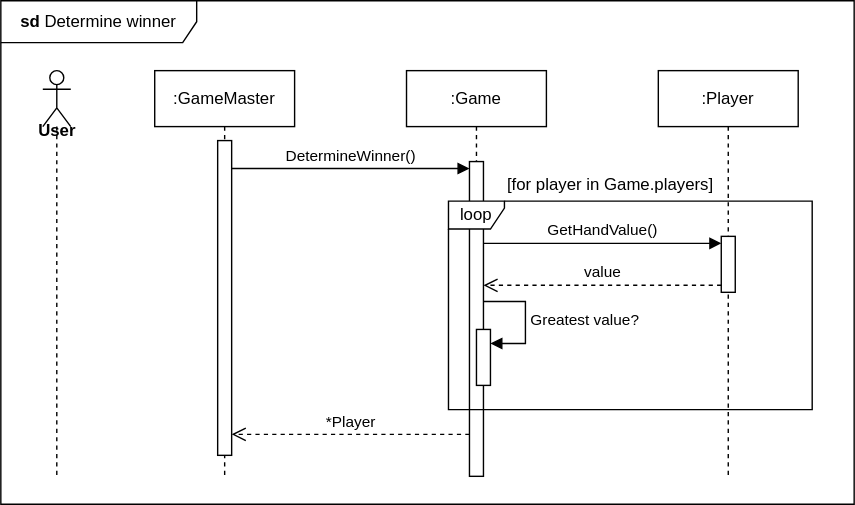
Earlier version of the draw.io export assets/sd Determine winner.drawio.svg (Morsianeren/DeifExercisePublic). Source tidied: cells renumbered, new cells last; positions are measured from the earlier drawing's top-left corner, leaving out a move shared by most shapes. Source of this version:
```xml
<mxGraphModel>
  <root>
    <mxCell id="0" />
    <mxCell id="1" parent="0" />
    <mxCell id="2" value=":Game" style="shape=umlLifeline;perimeter=lifelinePerimeter;whiteSpace=wrap;html=1;newEdgeStyle={&quot;edgeStyle&quot;:&quot;elbowEdgeStyle&quot;,&quot;elbow&quot;:&quot;vertical&quot;,&quot;curved&quot;:0,&quot;rounded&quot;:0};" parent="1" vertex="1">
      <mxGeometry x="290" y="50" width="100" height="290" as="geometry" />
    </mxCell>
    <mxCell id="3" style="html=1;points=[[0,0,0,0,5],[0,1,0,0,-5],[1,0,0,0,5],[1,1,0,0,-5]];perimeter=orthogonalPerimeter;outlineConnect=0;targetShapes=umlLifeline;portConstraint=eastwest;newEdgeStyle={&quot;curved&quot;:0,&quot;rounded&quot;:0};" parent="2" vertex="1">
      <mxGeometry x="45" y="65" width="10" height="225" as="geometry" />
    </mxCell>
    <mxCell id="4" style="html=1;points=[[0,0,0,0,5],[0,1,0,0,-5],[1,0,0,0,5],[1,1,0,0,-5]];perimeter=orthogonalPerimeter;outlineConnect=0;targetShapes=umlLifeline;portConstraint=eastwest;newEdgeStyle={&quot;curved&quot;:0,&quot;rounded&quot;:0};" parent="2" vertex="1">
      <mxGeometry x="50" y="185" width="10" height="40" as="geometry" />
    </mxCell>
    <mxCell id="5" value="Greatest value?" style="html=1;align=left;spacingLeft=2;endArrow=block;rounded=0;edgeStyle=orthogonalEdgeStyle;curved=0;rounded=0;" parent="2" edge="1" target="4">
      <mxGeometry relative="1" as="geometry">
        <mxPoint x="55" y="165" as="sourcePoint" />
        <Array as="points">
          <mxPoint x="85" y="195" />
        </Array>
      </mxGeometry>
    </mxCell>
    <mxCell id="6" value=":Player" style="shape=umlLifeline;perimeter=lifelinePerimeter;whiteSpace=wrap;html=1;newEdgeStyle={&quot;edgeStyle&quot;:&quot;elbowEdgeStyle&quot;,&quot;elbow&quot;:&quot;vertical&quot;,&quot;curved&quot;:0,&quot;rounded&quot;:0};" parent="1" vertex="1">
      <mxGeometry x="470" y="50" width="100" height="290" as="geometry" />
    </mxCell>
    <mxCell id="7" style="html=1;points=[[0,0,0,0,5],[0,1,0,0,-5],[1,0,0,0,5],[1,1,0,0,-5]];perimeter=orthogonalPerimeter;outlineConnect=0;targetShapes=umlLifeline;portConstraint=eastwest;newEdgeStyle={&quot;curved&quot;:0,&quot;rounded&quot;:0};" parent="6" vertex="1">
      <mxGeometry x="45" y="118.5" width="10" height="40" as="geometry" />
    </mxCell>
    <mxCell id="8" value="GetHandValue()" style="html=1;verticalAlign=bottom;endArrow=block;curved=0;rounded=0;entryX=0;entryY=0;entryDx=0;entryDy=5;" parent="6" edge="1" target="7">
      <mxGeometry relative="1" as="geometry">
        <mxPoint x="-125" y="123.5" as="sourcePoint" />
      </mxGeometry>
    </mxCell>
    <mxCell id="9" value="value" style="html=1;verticalAlign=bottom;endArrow=open;dashed=1;endSize=8;curved=0;rounded=0;exitX=0;exitY=1;exitDx=0;exitDy=-5;" parent="6" edge="1" source="7">
      <mxGeometry relative="1" as="geometry">
        <mxPoint x="-125" y="153.5" as="targetPoint" />
      </mxGeometry>
    </mxCell>
    <mxCell id="10" value=":GameMaster" style="shape=umlLifeline;perimeter=lifelinePerimeter;whiteSpace=wrap;html=1;newEdgeStyle={&quot;curved&quot;:0,&quot;rounded&quot;:0};" parent="1" vertex="1">
      <mxGeometry x="110" y="50" width="100" height="290" as="geometry" />
    </mxCell>
    <mxCell id="11" style="html=1;points=[[0,0,0,0,5],[0,1,0,0,-5],[1,0,0,0,5],[1,1,0,0,-5]];perimeter=orthogonalPerimeter;outlineConnect=0;targetShapes=umlLifeline;portConstraint=eastwest;newEdgeStyle={&quot;curved&quot;:0,&quot;rounded&quot;:0};" parent="10" vertex="1">
      <mxGeometry x="45" y="50" width="10" height="225" as="geometry" />
    </mxCell>
    <mxCell id="12" style="shape=umlLifeline;perimeter=lifelinePerimeter;whiteSpace=wrap;html=1;newEdgeStyle={&quot;curved&quot;:0,&quot;rounded&quot;:0};participant=umlActor;" parent="1" vertex="1">
      <mxGeometry x="30" y="50" width="20" height="290" as="geometry" />
    </mxCell>
    <mxCell id="13" value="User" style="text;align=center;fontStyle=1;verticalAlign=middle;spacingLeft=3;spacingRight=3;strokeColor=none;html=1;" parent="1" vertex="1">
      <mxGeometry y="80" width="80" height="26" as="geometry" />
    </mxCell>
    <mxCell id="14" style="group;" parent="1" vertex="1">
      <mxGeometry x="320" y="140" width="260" height="220" as="geometry" />
    </mxCell>
    <mxCell id="15" value="loop" style="shape=umlFrame;whiteSpace=wrap;html=1;width=40;height=20;" parent="14" vertex="1">
      <mxGeometry y="3.2" width="260" height="149.1" as="geometry" />
    </mxCell>
    <mxCell id="16" value="[for player in Game.players]" style="text;html=1;align=center;verticalAlign=middle;whiteSpace=wrap;rounded=0;" parent="1" vertex="1">
      <mxGeometry x="350" y="124.2" width="171.9" height="15.8" as="geometry" />
    </mxCell>
    <mxCell id="17" value="*Player" style="html=1;verticalAlign=bottom;endArrow=open;dashed=1;endSize=8;curved=0;rounded=0;" parent="1" edge="1">
      <mxGeometry relative="1" as="geometry">
        <mxPoint x="335" y="310" as="sourcePoint" />
        <mxPoint x="165" y="310" as="targetPoint" />
      </mxGeometry>
    </mxCell>
    <mxCell id="18" value="DetermineWinner()" style="html=1;verticalAlign=bottom;endArrow=block;curved=0;rounded=0;entryX=0;entryY=0;entryDx=0;entryDy=5;" parent="1" edge="1" source="11" target="3">
      <mxGeometry relative="1" as="geometry" />
    </mxCell>
    <mxCell id="19" value="&lt;b&gt;sd&lt;/b&gt;&amp;nbsp;Determine winner" style="shape=umlFrame;whiteSpace=wrap;html=1;width=140;height=30;" parent="1" vertex="1">
      <mxGeometry width="610" height="360" as="geometry" />
    </mxCell>
  </root>
</mxGraphModel>
```
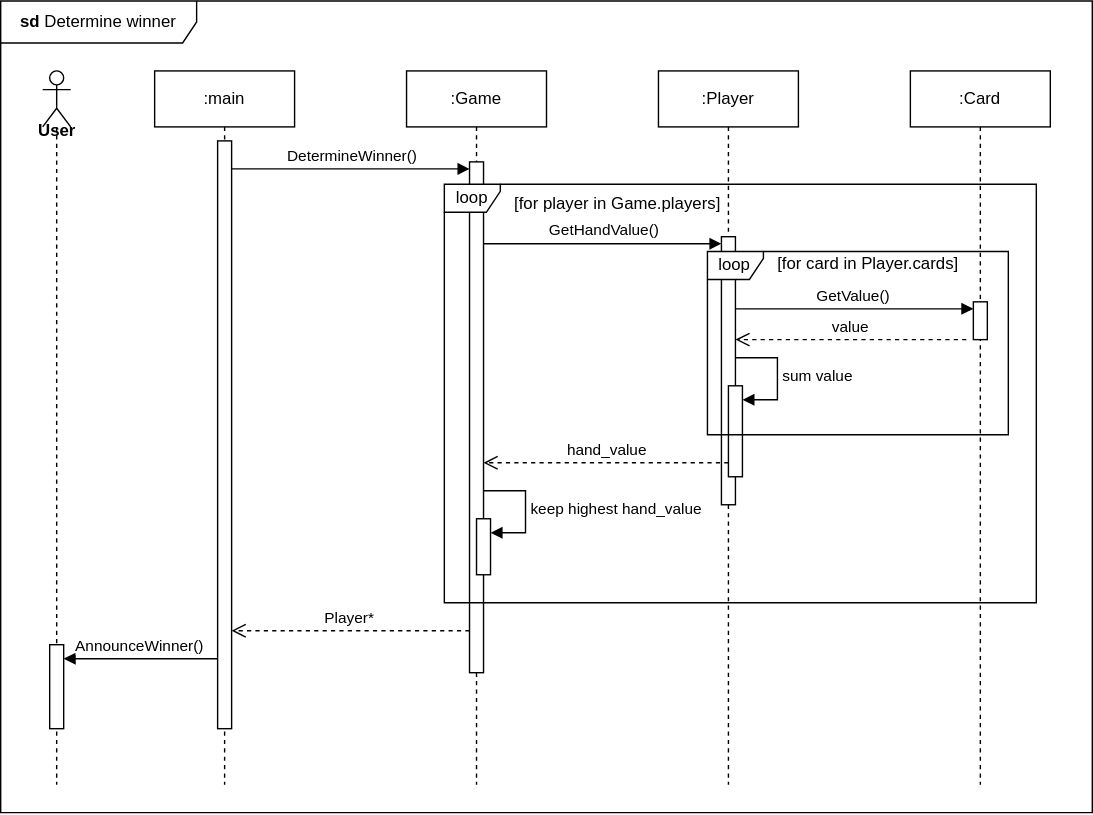
Above is the later version.

Change to the diagram source:
```diff
@@ -3,70 +3,111 @@
     <mxCell id="0" />
     <mxCell id="1" parent="0" />
     <mxCell id="2" value=":Game" style="shape=umlLifeline;perimeter=lifelinePerimeter;whiteSpace=wrap;html=1;newEdgeStyle={&quot;edgeStyle&quot;:&quot;elbowEdgeStyle&quot;,&quot;elbow&quot;:&quot;vertical&quot;,&quot;curved&quot;:0,&quot;rounded&quot;:0};" parent="1" vertex="1">
-      <mxGeometry x="290" y="50" width="100" height="290" as="geometry" />
+      <mxGeometry x="290" y="50" width="100" height="510" as="geometry" />
     </mxCell>
     <mxCell id="3" style="html=1;points=[[0,0,0,0,5],[0,1,0,0,-5],[1,0,0,0,5],[1,1,0,0,-5]];perimeter=orthogonalPerimeter;outlineConnect=0;targetShapes=umlLifeline;portConstraint=eastwest;newEdgeStyle={&quot;curved&quot;:0,&quot;rounded&quot;:0};" parent="2" vertex="1">
-      <mxGeometry x="45" y="65" width="10" height="225" as="geometry" />
+      <mxGeometry x="45" y="65" width="10" height="365" as="geometry" />
     </mxCell>
-    <mxCell id="4" style="html=1;points=[[0,0,0,0,5],[0,1,0,0,-5],[1,0,0,0,5],[1,1,0,0,-5]];perimeter=orthogonalPerimeter;outlineConnect=0;targetShapes=umlLifeline;portConstraint=eastwest;newEdgeStyle={&quot;curved&quot;:0,&quot;rounded&quot;:0};" parent="2" vertex="1">
-      <mxGeometry x="50" y="185" width="10" height="40" as="geometry" />
+    <mxCell id="4" value=":Player" style="shape=umlLifeline;perimeter=lifelinePerimeter;whiteSpace=wrap;html=1;outlineConnect=0;portConstraint=eastwest;newEdgeStyle={&quot;edgeStyle&quot;:&quot;elbowEdgeStyle&quot;,&quot;elbow&quot;:&quot;vertical&quot;,&quot;curved&quot;:0,&quot;rounded&quot;:0};" parent="1" vertex="1">
+      <mxGeometry x="470" y="50" width="100" height="510" as="geometry" />
     </mxCell>
-    <mxCell id="5" value="Greatest value?" style="html=1;align=left;spacingLeft=2;endArrow=block;rounded=0;edgeStyle=orthogonalEdgeStyle;curved=0;rounded=0;" parent="2" edge="1" target="4">
-      <mxGeometry relative="1" as="geometry">
-        <mxPoint x="55" y="165" as="sourcePoint" />
-        <Array as="points">
-          <mxPoint x="85" y="195" />
-        </Array>
-      </mxGeometry>
+    <mxCell id="5" style="html=1;points=[[0,0,0,0,5],[0,1,0,0,-5],[1,0,0,0,5],[1,1,0,0,-5]];perimeter=orthogonalPerimeter;outlineConnect=0;targetShapes=umlLifeline;portConstraint=eastwest;newEdgeStyle={&quot;curved&quot;:0,&quot;rounded&quot;:0};" parent="4" vertex="1">
+      <mxGeometry x="45" y="118.5" width="10" height="191.5" as="geometry" />
     </mxCell>
-    <mxCell id="6" value=":Player" style="shape=umlLifeline;perimeter=lifelinePerimeter;whiteSpace=wrap;html=1;newEdgeStyle={&quot;edgeStyle&quot;:&quot;elbowEdgeStyle&quot;,&quot;elbow&quot;:&quot;vertical&quot;,&quot;curved&quot;:0,&quot;rounded&quot;:0};" parent="1" vertex="1">
-      <mxGeometry x="470" y="50" width="100" height="290" as="geometry" />
+    <mxCell id="6" value="GetHandValue()" style="html=1;verticalAlign=bottom;endArrow=block;curved=0;rounded=0;entryX=0;entryY=0;entryDx=0;entryDy=5;" parent="4" edge="1" target="5">
+      <mxGeometry relative="1" as="geometry">
+        <mxPoint x="-125" y="123.5" as="sourcePoint" />
+      </mxGeometry>
     </mxCell>
-    <mxCell id="7" style="html=1;points=[[0,0,0,0,5],[0,1,0,0,-5],[1,0,0,0,5],[1,1,0,0,-5]];perimeter=orthogonalPerimeter;outlineConnect=0;targetShapes=umlLifeline;portConstraint=eastwest;newEdgeStyle={&quot;curved&quot;:0,&quot;rounded&quot;:0};" parent="6" vertex="1">
-      <mxGeometry x="45" y="118.5" width="10" height="40" as="geometry" />
+    <mxCell id="7" value=":main" style="shape=umlLifeline;perimeter=lifelinePerimeter;whiteSpace=wrap;html=1;outlineConnect=0;portConstraint=eastwest;newEdgeStyle={&quot;curved&quot;:0,&quot;rounded&quot;:0};" parent="1" vertex="1">
+      <mxGeometry x="110" y="50" width="100" height="510" as="geometry" />
     </mxCell>
-    <mxCell id="8" value="GetHandValue()" style="html=1;verticalAlign=bottom;endArrow=block;curved=0;rounded=0;entryX=0;entryY=0;entryDx=0;entryDy=5;" parent="6" edge="1" target="7">
-      <mxGeometry relative="1" as="geometry">
-        <mxPoint x="-125" y="123.5" as="sourcePoint" />
-      </mxGeometry>
+    <mxCell id="8" style="html=1;points=[[0,0,0,0,5],[0,1,0,0,-5],[1,0,0,0,5],[1,1,0,0,-5]];perimeter=orthogonalPerimeter;outlineConnect=0;targetShapes=umlLifeline;portConstraint=eastwest;newEdgeStyle={&quot;curved&quot;:0,&quot;rounded&quot;:0};" parent="7" vertex="1">
+      <mxGeometry x="45" y="50" width="10" height="420" as="geometry" />
     </mxCell>
-    <mxCell id="9" value="value" style="html=1;verticalAlign=bottom;endArrow=open;dashed=1;endSize=8;curved=0;rounded=0;exitX=0;exitY=1;exitDx=0;exitDy=-5;" parent="6" edge="1" source="7">
-      <mxGeometry relative="1" as="geometry">
-        <mxPoint x="-125" y="153.5" as="targetPoint" />
-      </mxGeometry>
+    <mxCell id="9" style="shape=umlLifeline;perimeter=lifelinePerimeter;whiteSpace=wrap;html=1;newEdgeStyle={&quot;curved&quot;:0,&quot;rounded&quot;:0};participant=umlActor;" parent="1" vertex="1">
+      <mxGeometry x="30" y="50" width="20" height="510" as="geometry" />
     </mxCell>
-    <mxCell id="10" value=":GameMaster" style="shape=umlLifeline;perimeter=lifelinePerimeter;whiteSpace=wrap;html=1;newEdgeStyle={&quot;curved&quot;:0,&quot;rounded&quot;:0};" parent="1" vertex="1">
-      <mxGeometry x="110" y="50" width="100" height="290" as="geometry" />
+    <mxCell id="10" style="html=1;perimeter=orthogonalPerimeter;targetShapes=umlLifeline;newEdgeStyle={&quot;curved&quot;:0,&quot;rounded&quot;:0};" parent="9" vertex="1">
+      <mxGeometry x="5" y="410" width="10" height="60" as="geometry" />
     </mxCell>
-    <mxCell id="11" style="html=1;points=[[0,0,0,0,5],[0,1,0,0,-5],[1,0,0,0,5],[1,1,0,0,-5]];perimeter=orthogonalPerimeter;outlineConnect=0;targetShapes=umlLifeline;portConstraint=eastwest;newEdgeStyle={&quot;curved&quot;:0,&quot;rounded&quot;:0};" parent="10" vertex="1">
-      <mxGeometry x="45" y="50" width="10" height="225" as="geometry" />
+    <mxCell id="11" value="User" style="text;align=center;fontStyle=1;verticalAlign=middle;spacingLeft=3;spacingRight=3;strokeColor=none;points=[[0,0.5],[1,0.5]];portConstraint=eastwest;html=1;" parent="1" vertex="1">
+      <mxGeometry y="80" width="80" height="26" as="geometry" />
     </mxCell>
-    <mxCell id="12" style="shape=umlLifeline;perimeter=lifelinePerimeter;whiteSpace=wrap;html=1;newEdgeStyle={&quot;curved&quot;:0,&quot;rounded&quot;:0};participant=umlActor;" parent="1" vertex="1">
-      <mxGeometry x="30" y="50" width="20" height="290" as="geometry" />
+    <mxCell id="12" value="[for player in Game.players]" style="text;html=1;align=center;verticalAlign=middle;whiteSpace=wrap;rounded=0;" parent="1" vertex="1">
+      <mxGeometry x="355" y="137" width="171.9" height="15.8" as="geometry" />
     </mxCell>
-    <mxCell id="13" value="User" style="text;align=center;fontStyle=1;verticalAlign=middle;spacingLeft=3;spacingRight=3;strokeColor=none;html=1;" parent="1" vertex="1">
-      <mxGeometry y="80" width="80" height="26" as="geometry" />
+    <mxCell id="13" value="Player*" style="html=1;verticalAlign=bottom;endArrow=open;dashed=1;endSize=8;curved=0;rounded=0;" parent="1" edge="1">
+      <mxGeometry relative="1" as="geometry">
+        <mxPoint x="335" y="450" as="sourcePoint" />
+        <mxPoint x="165" y="450" as="targetPoint" />
+      </mxGeometry>
     </mxCell>
-    <mxCell id="14" style="group;" parent="1" vertex="1">
-      <mxGeometry x="320" y="140" width="260" height="220" as="geometry" />
+    <mxCell id="14" value="DetermineWinner()" style="html=1;verticalAlign=bottom;endArrow=block;curved=0;rounded=0;entryX=0;entryY=0;entryDx=0;entryDy=5;" parent="1" edge="1" source="8" target="3">
+      <mxGeometry relative="1" as="geometry" />
     </mxCell>
-    <mxCell id="15" value="loop" style="shape=umlFrame;whiteSpace=wrap;html=1;width=40;height=20;" parent="14" vertex="1">
-      <mxGeometry y="3.2" width="260" height="149.1" as="geometry" />
+    <mxCell id="15" value="&lt;b&gt;sd&lt;/b&gt;&amp;nbsp;Determine winner" style="shape=umlFrame;whiteSpace=wrap;html=1;width=140;height=30;" parent="1" vertex="1">
+      <mxGeometry width="780" height="580" as="geometry" />
     </mxCell>
-    <mxCell id="16" value="[for player in Game.players]" style="text;html=1;align=center;verticalAlign=middle;whiteSpace=wrap;rounded=0;" parent="1" vertex="1">
-      <mxGeometry x="350" y="124.2" width="171.9" height="15.8" as="geometry" />
+    <mxCell id="16" value=":Card" style="shape=umlLifeline;perimeter=lifelinePerimeter;whiteSpace=wrap;html=1;newEdgeStyle={&quot;edgeStyle&quot;:&quot;elbowEdgeStyle&quot;,&quot;elbow&quot;:&quot;vertical&quot;,&quot;curved&quot;:0,&quot;rounded&quot;:0};" parent="1" vertex="1">
+      <mxGeometry x="650" y="50" width="100" height="510" as="geometry" />
     </mxCell>
-    <mxCell id="17" value="*Player" style="html=1;verticalAlign=bottom;endArrow=open;dashed=1;endSize=8;curved=0;rounded=0;" parent="1" edge="1">
-      <mxGeometry relative="1" as="geometry">
-        <mxPoint x="335" y="310" as="sourcePoint" />
-        <mxPoint x="165" y="310" as="targetPoint" />
-      </mxGeometry>
+    <mxCell id="17" style="html=1;points=[[0,0,0,0,5],[0,1,0,0,-5],[1,0,0,0,5],[1,1,0,0,-5]];perimeter=orthogonalPerimeter;outlineConnect=0;targetShapes=umlLifeline;portConstraint=eastwest;newEdgeStyle={&quot;curved&quot;:0,&quot;rounded&quot;:0};" parent="16" vertex="1">
+      <mxGeometry x="45" y="165" width="10" height="27" as="geometry" />
     </mxCell>
-    <mxCell id="18" value="DetermineWinner()" style="html=1;verticalAlign=bottom;endArrow=block;curved=0;rounded=0;entryX=0;entryY=0;entryDx=0;entryDy=5;" parent="1" edge="1" source="11" target="3">
-      <mxGeometry relative="1" as="geometry" />
+    <mxCell id="18" value="GetValue()" style="html=1;verticalAlign=bottom;endArrow=block;curved=0;rounded=0;entryX=0;entryY=0;entryDx=0;entryDy=5;" parent="16" edge="1" target="17">
+      <mxGeometry relative="1" as="geometry">
+        <mxPoint x="-125" y="170" as="sourcePoint" />
+      </mxGeometry>
     </mxCell>
-    <mxCell id="19" value="&lt;b&gt;sd&lt;/b&gt;&amp;nbsp;Determine winner" style="shape=umlFrame;whiteSpace=wrap;html=1;width=140;height=30;" parent="1" vertex="1">
-      <mxGeometry width="610" height="360" as="geometry" />
+    <mxCell id="19" value="value" style="html=1;verticalAlign=bottom;endArrow=open;dashed=1;endSize=8;curved=0;rounded=0;exitX=0;exitY=1;exitDx=0;exitDy=-5;" parent="16" edge="1">
+      <mxGeometry relative="1" as="geometry">
+        <mxPoint x="40" y="192" as="sourcePoint" />
+        <mxPoint x="-125" y="192" as="targetPoint" />
+      </mxGeometry>
     </mxCell>
+    <mxCell id="20" style="html=1;points=[[0,0,0,0,5],[0,1,0,0,-5],[1,0,0,0,5],[1,1,0,0,-5]];perimeter=orthogonalPerimeter;outlineConnect=0;targetShapes=umlLifeline;portConstraint=eastwest;newEdgeStyle={&quot;curved&quot;:0,&quot;rounded&quot;:0};" parent="16" vertex="1">
+      <mxGeometry x="-130" y="225" width="10" height="65" as="geometry" />
+    </mxCell>
+    <mxCell id="21" value="sum value" style="html=1;align=left;spacingLeft=2;endArrow=block;rounded=0;edgeStyle=orthogonalEdgeStyle;curved=0;rounded=0;" parent="16" edge="1" target="20">
+      <mxGeometry relative="1" as="geometry">
+        <mxPoint x="-125" y="205" as="sourcePoint" />
+        <Array as="points">
+          <mxPoint x="-95" y="235" />
+        </Array>
+      </mxGeometry>
+    </mxCell>
+    <mxCell id="22" value="hand_value" style="html=1;verticalAlign=bottom;endArrow=open;dashed=1;endSize=8;curved=0;rounded=0;" parent="1" edge="1">
+      <mxGeometry relative="1" as="geometry">
+        <mxPoint x="520" y="330" as="sourcePoint" />
+        <mxPoint x="345" y="330" as="targetPoint" />
+      </mxGeometry>
+    </mxCell>
+    <mxCell id="23" value="loop" style="shape=umlFrame;whiteSpace=wrap;html=1;width=40;height=20;" parent="1" vertex="1">
+      <mxGeometry x="505" y="179" width="215" height="131" as="geometry" />
+    </mxCell>
+    <mxCell id="24" value="loop" style="shape=umlFrame;whiteSpace=wrap;html=1;width=40;height=20;" parent="1" vertex="1">
+      <mxGeometry x="317" y="131" width="423" height="299" as="geometry" />
+    </mxCell>
+    <mxCell id="25" value="[for card in Player.cards]" style="text;html=1;align=center;verticalAlign=middle;whiteSpace=wrap;rounded=0;" parent="1" vertex="1">
+      <mxGeometry x="534" y="180" width="171.9" height="15.8" as="geometry" />
+    </mxCell>
+    <mxCell id="26" style="html=1;points=[[0,0,0,0,5],[0,1,0,0,-5],[1,0,0,0,5],[1,1,0,0,-5]];perimeter=orthogonalPerimeter;outlineConnect=0;targetShapes=umlLifeline;portConstraint=eastwest;newEdgeStyle={&quot;curved&quot;:0,&quot;rounded&quot;:0};" parent="1" vertex="1">
+      <mxGeometry x="340" y="370" width="10" height="40" as="geometry" />
+    </mxCell>
+    <mxCell id="27" value="keep highest hand_value" style="html=1;align=left;spacingLeft=2;endArrow=block;rounded=0;edgeStyle=orthogonalEdgeStyle;curved=0;rounded=0;" parent="1" edge="1" target="26">
+      <mxGeometry relative="1" as="geometry">
+        <mxPoint x="345" y="350" as="sourcePoint" />
+        <Array as="points">
+          <mxPoint x="375" y="380" />
+        </Array>
+      </mxGeometry>
+    </mxCell>
+    <mxCell id="28" value="AnnounceWinner()" style="html=1;verticalAlign=bottom;endArrow=block;curved=0;rounded=0;" parent="1" edge="1">
+      <mxGeometry relative="1" as="geometry">
+        <mxPoint x="155" y="470" as="sourcePoint" />
+        <mxPoint x="45" y="470" as="targetPoint" />
+      </mxGeometry>
+    </mxCell>
   </root>
 </mxGraphModel>
```
